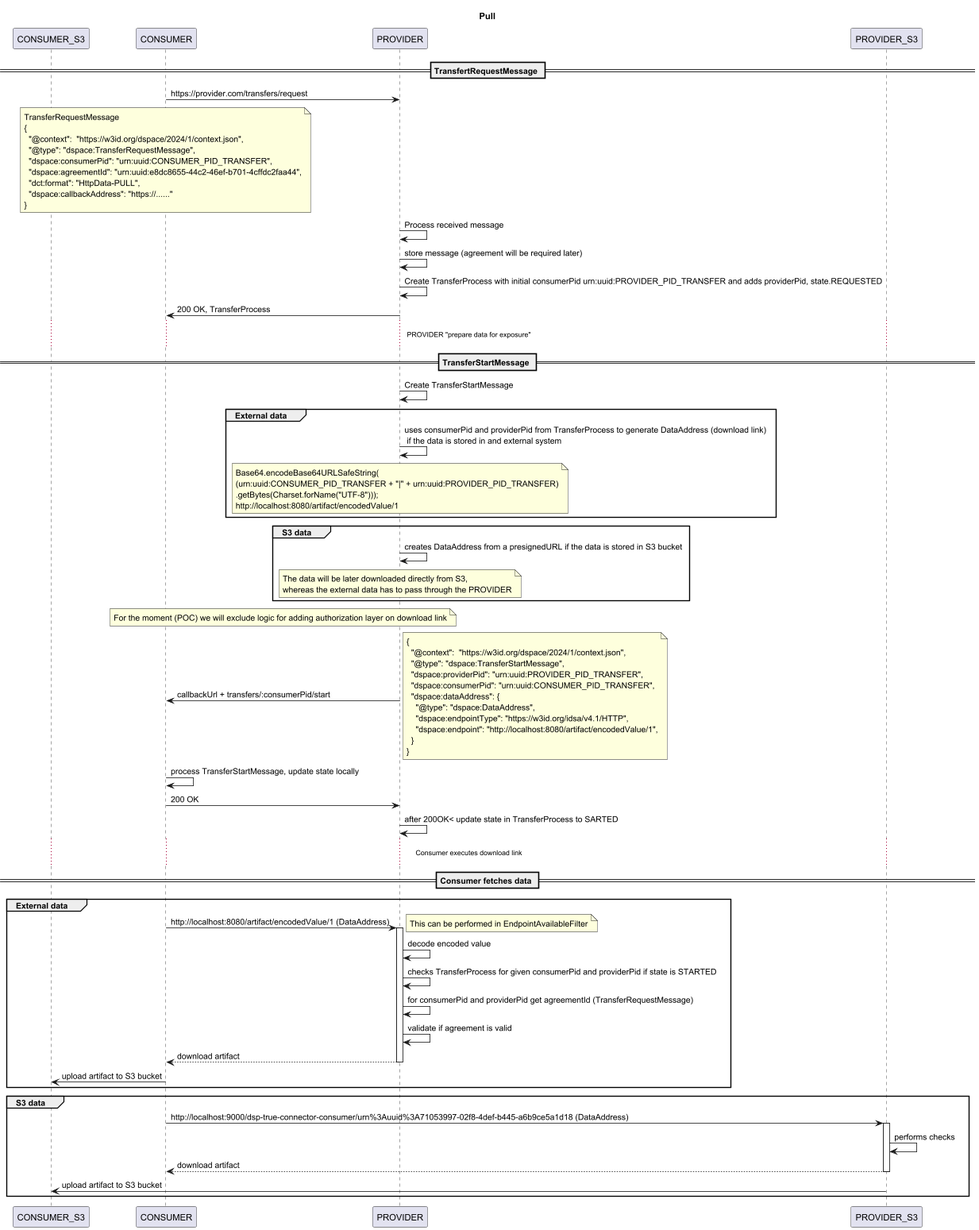
Above: data-transfer/doc/diagrams/download_artifact.png in Engineering-Research-and-Development/dsp-true-connector (PlantUML), before the change.
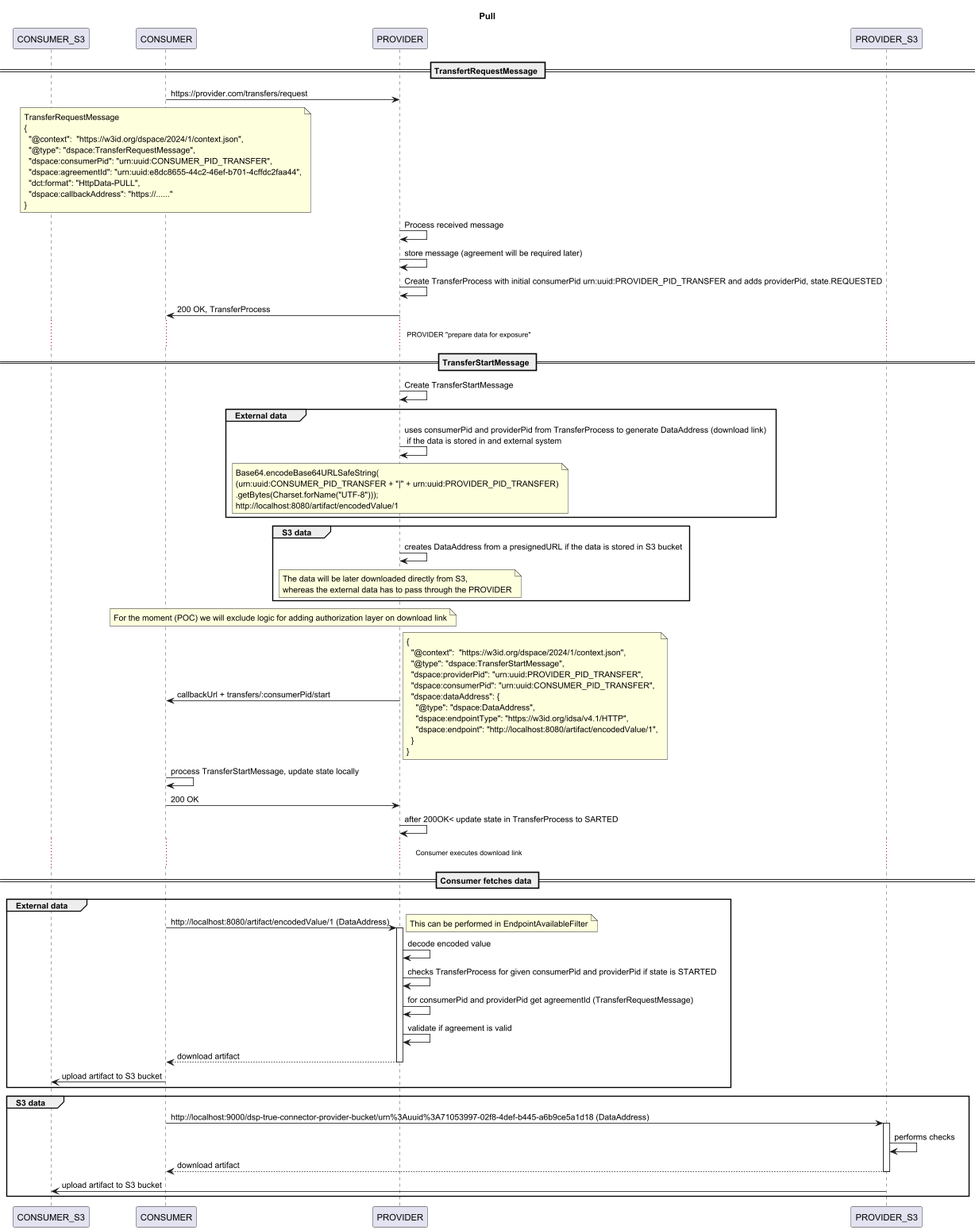
After the change.

Commit message:
Update documentation; change presigned URL examples to use provider bucket

Diff of the diagram source:
```diff
@@ -91,7 +91,7 @@
 end
 
 group S3 data
-c->ps3 ++: http://localhost:9000/dsp-true-connector-consumer/urn%3Auuid%3A71053997-02f8-4def-b445-a6b9ce5a1d18 (DataAddress)
+c->ps3 ++: http://localhost:9000/dsp-true-connector-provider-bucket/urn%3Auuid%3A71053997-02f8-4def-b445-a6b9ce5a1d18 (DataAddress)
 ps3->ps3: performs checks
 return download artifact
 ps3->cs3 : upload artifact to S3 bucket
```
